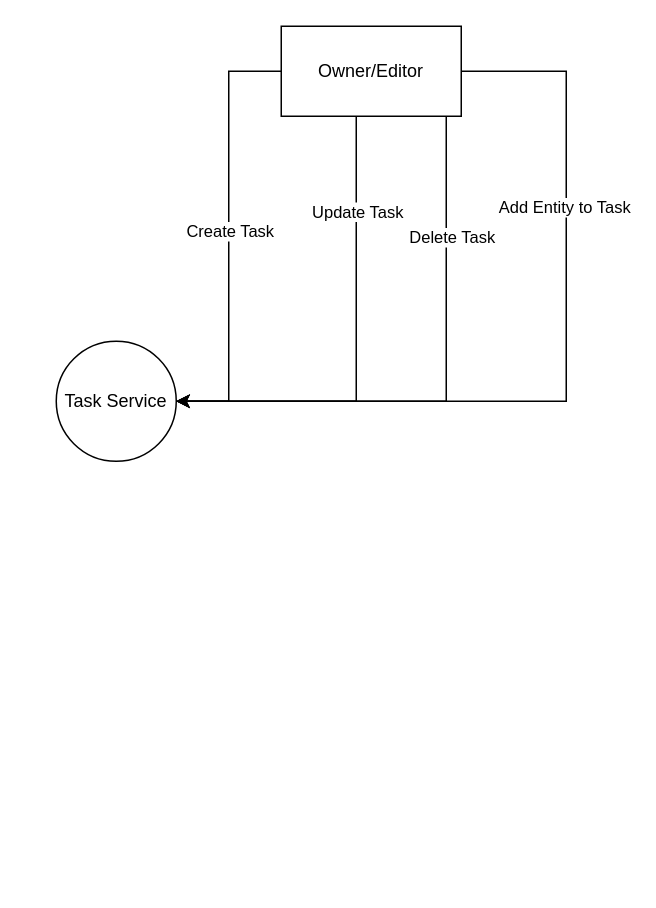
Apollo-LW/Apollo-LW keeps this draw.io diagram as diagrams/ContextDFD/Task System Context Diagram.drawio. Above is the earlier version. Source tidied: cells renumbered, new cells numbered last; positions are measured from the earlier drawing's top-left corner, leaving out a move shared by most shapes. Both pictures are drawn from the tidied source at 150%, with x=0, y=0 at pixel (56, 26).
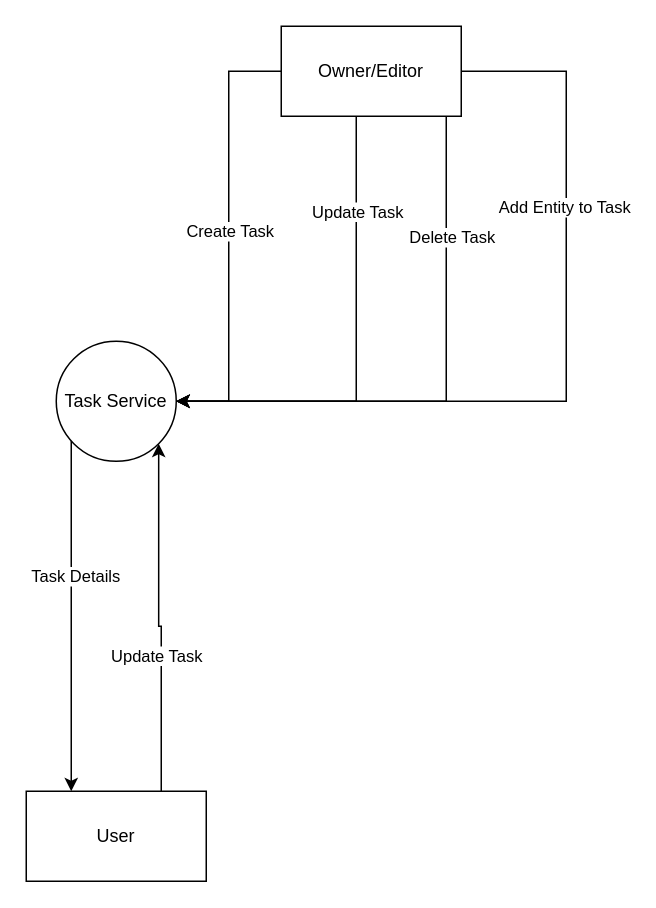
Above is the later version.

Commit message:
Add user interaction

The change refers to these unchanged cells:
```xml
<mxCell id="2" value="Task Service" style="ellipse;whiteSpace=wrap;html=1;" parent="1" vertex="1">
  <mxGeometry y="210" width="80" height="80" as="geometry" />
</mxCell>
```

What changed in the source:
```diff
@@
+    <mxCell id="12" style="edgeStyle=orthogonalEdgeStyle;rounded=0;jettySize=auto;html=1;entryX=0.25;entryY=0;entryDx=0;entryDy=0;" parent="1" edge="1" source="2" target="16">
+      <mxGeometry relative="1" as="geometry">
+        <Array as="points">
+          <mxPoint x="10" y="350" />
+          <mxPoint x="10" y="350" />
+        </Array>
+      </mxGeometry>
+    </mxCell>
+    <mxCell id="13" value="Task Details" style="edgeLabel;html=1;align=center;verticalAlign=middle;" parent="12" vertex="1">
+      <mxGeometry x="-0.23" y="2" relative="1" as="geometry" />
+    </mxCell>
@@
+    <mxCell id="14" style="edgeStyle=orthogonalEdgeStyle;rounded=0;jettySize=auto;html=1;exitX=0.75;exitY=0;exitDx=0;exitDy=0;entryX=1;entryY=1;entryDx=0;entryDy=0;" parent="1" edge="1" source="16" target="2">
+      <mxGeometry relative="1" as="geometry" />
+    </mxCell>
+    <mxCell id="15" value="Update Task" style="edgeLabel;html=1;align=center;verticalAlign=middle;" parent="14" vertex="1">
+      <mxGeometry x="0.22" y="2" relative="1" as="geometry">
+        <mxPoint y="50" as="offset" />
+      </mxGeometry>
+    </mxCell>
+    <mxCell id="16" value="User" style="rounded=0;whiteSpace=wrap;html=1;" parent="1" vertex="1">
+      <mxGeometry x="-20" y="510" width="120" height="60" as="geometry" />
+    </mxCell>
```
